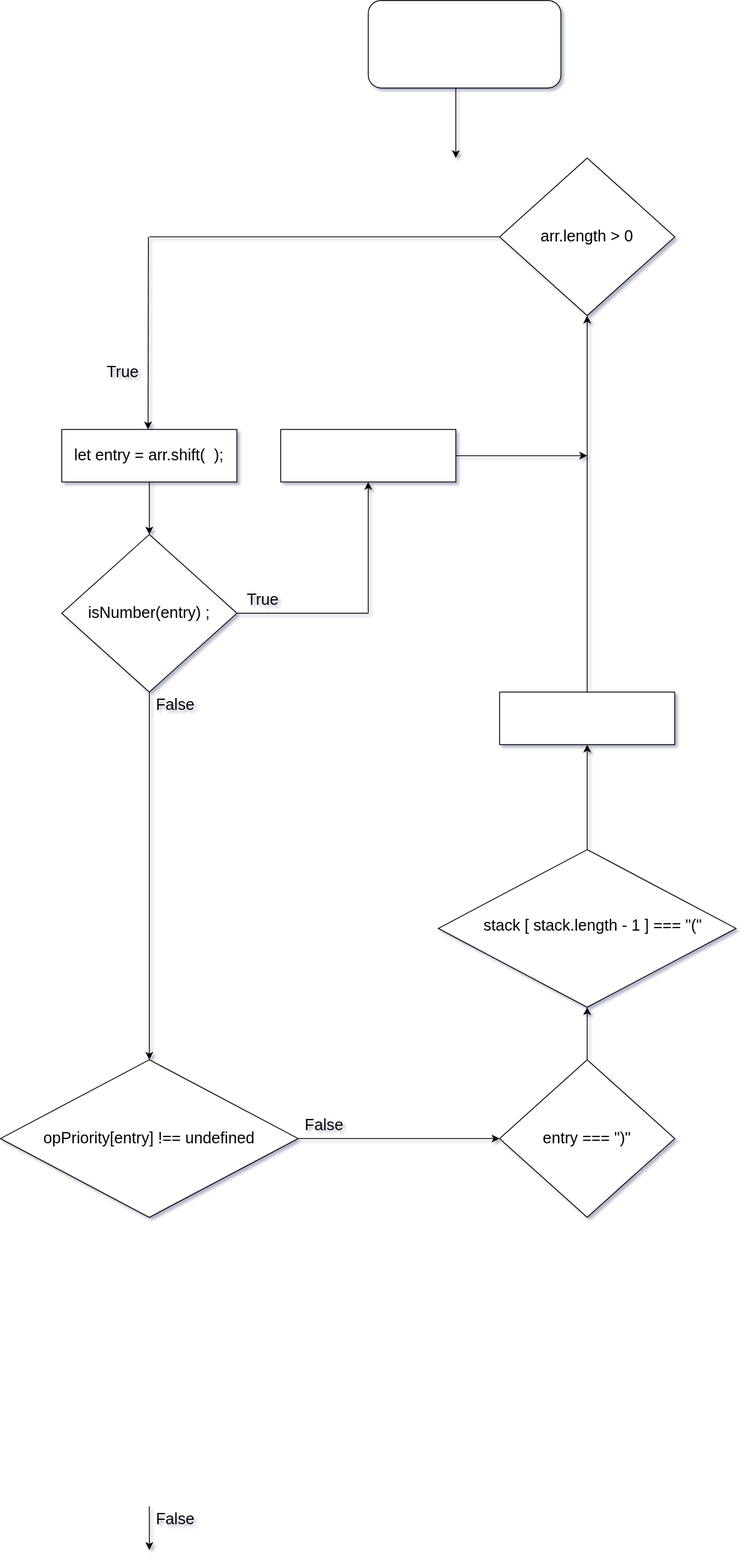
Above: Untitled Diagram.drawio.svg in jcgm3205/jcgm3205 (draw.io), before the change. Source tidied: cells renumbered, new cells last; positions are measured from the earlier drawing's top-left corner, leaving out a move shared by most shapes.
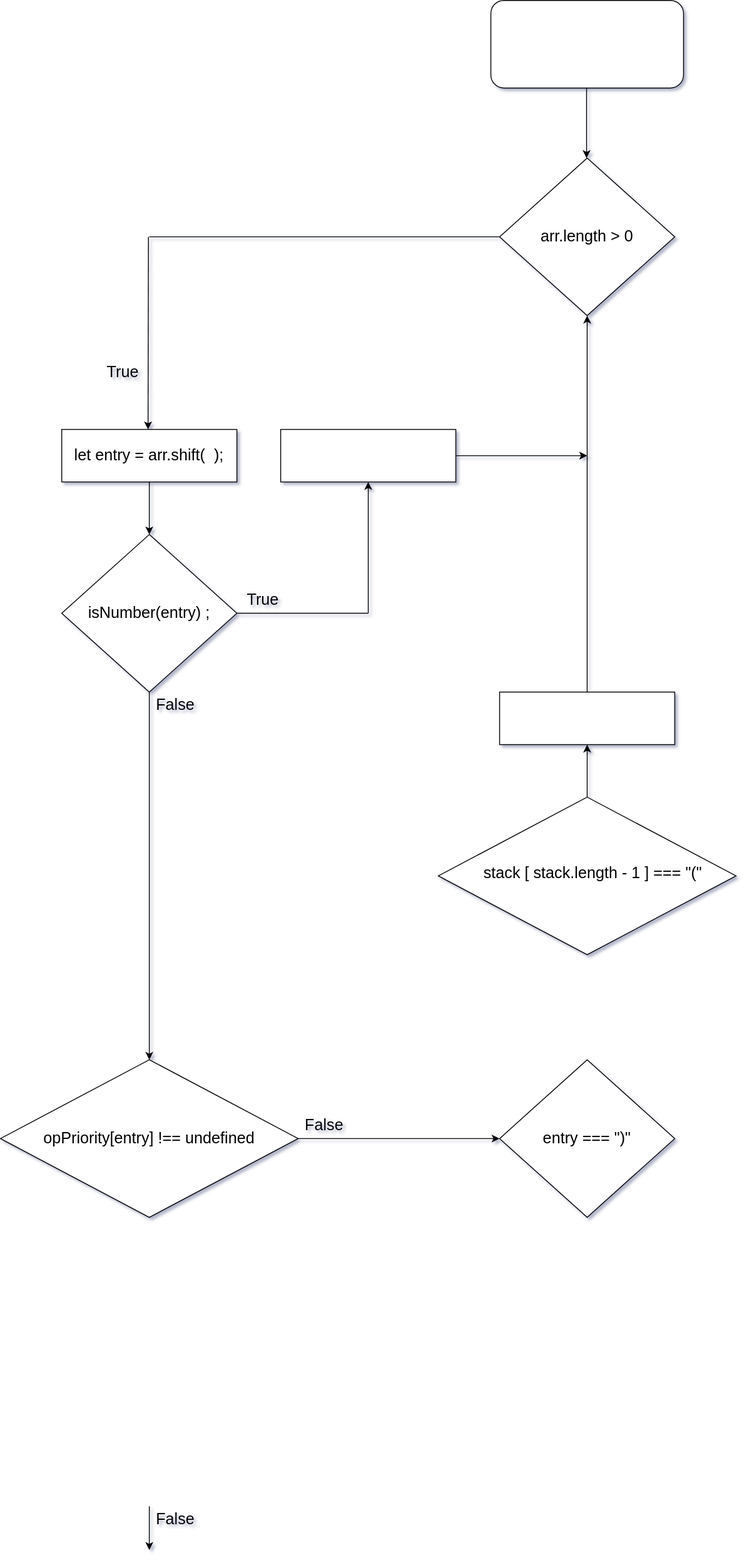
After the change.

The edit, as a diff of the source:
```diff
@@ -3,12 +3,12 @@
     <mxCell id="0" />
     <mxCell id="1" parent="0" />
     <mxCell id="2" style="rounded=1;whiteSpace=wrap;html=1;" parent="1" vertex="1">
-      <mxGeometry x="420" width="220" height="100" as="geometry" />
+      <mxGeometry x="560" width="220" height="100" as="geometry" />
     </mxCell>
     <mxCell id="3" style="endArrow=classic;html=1;rounded=0;fontSize=14;" parent="1" edge="1">
       <mxGeometry relative="1" as="geometry">
-        <mxPoint x="520" y="100" as="sourcePoint" />
-        <mxPoint x="520" y="180" as="targetPoint" />
+        <mxPoint x="669.3" y="100" as="sourcePoint" />
+        <mxPoint x="669.3" y="180" as="targetPoint" />
       </mxGeometry>
     </mxCell>
     <mxCell id="4" style="rhombus;whiteSpace=wrap;html=1;fontSize=14;" parent="1" vertex="1">
@@ -81,10 +81,10 @@
       </mxGeometry>
     </mxCell>
     <mxCell id="24" style="rhombus;whiteSpace=wrap;html=1;fontSize=14;" parent="1" vertex="1">
-      <mxGeometry x="500" y="970" width="340" height="180" as="geometry" />
+      <mxGeometry x="500" y="910" width="340" height="180" as="geometry" />
     </mxCell>
     <mxCell id="25" value="stack [ stack.length - 1 ] === &quot;(&quot;" style="text;whiteSpace=wrap;html=1;fontSize=18;" parent="1" vertex="1">
-      <mxGeometry x="550" y="1040" width="270" height="40" as="geometry" />
+      <mxGeometry x="550" y="980" width="270" height="40" as="geometry" />
     </mxCell>
     <mxCell id="26" style="endArrow=classic;html=1;rounded=0;fontSize=18;exitX=0.5;exitY=0;exitDx=0;exitDy=0;entryX=0.5;entryY=1;entryDx=0;entryDy=0;" parent="1" edge="1" source="24" target="27">
       <mxGeometry relative="1" as="geometry" />
@@ -106,11 +106,6 @@
     <mxCell id="30" style="endArrow=classic;html=1;rounded=0;fontSize=18;entryX=0.5;entryY=1;entryDx=0;entryDy=0;exitX=0.5;exitY=0;exitDx=0;exitDy=0;" parent="1" edge="1" source="27" target="4">
       <mxGeometry relative="1" as="geometry" />
     </mxCell>
-    <mxCell id="31" style="endArrow=classic;html=1;rounded=0;fontSize=18;entryX=0.5;entryY=1;entryDx=0;entryDy=0;" parent="1" edge="1" target="24">
-      <mxGeometry relative="1" as="geometry">
-        <mxPoint x="670" y="1210" as="sourcePoint" />
-      </mxGeometry>
-    </mxCell>
     <mxCell id="32" style="endArrow=classic;html=1;rounded=0;fontSize=18;" parent="1" edge="1">
       <mxGeometry relative="1" as="geometry">
         <mxPoint x="520" y="520" as="sourcePoint" />
```
